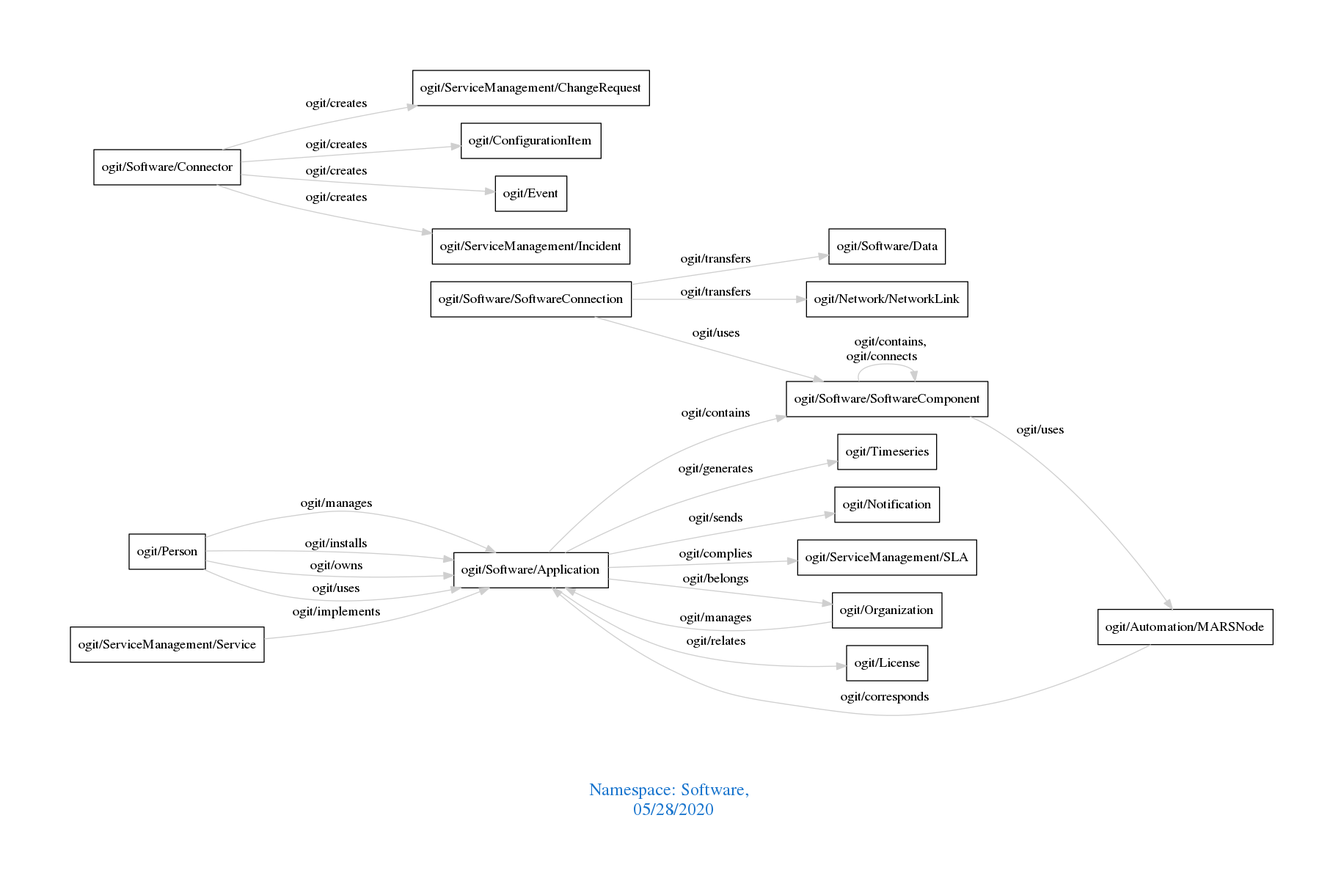
arago/OGIT keeps this Graphviz diagram as downloads/Software.png. Above is the earlier version. Its source is kept beside it as downloads/Software.dot.
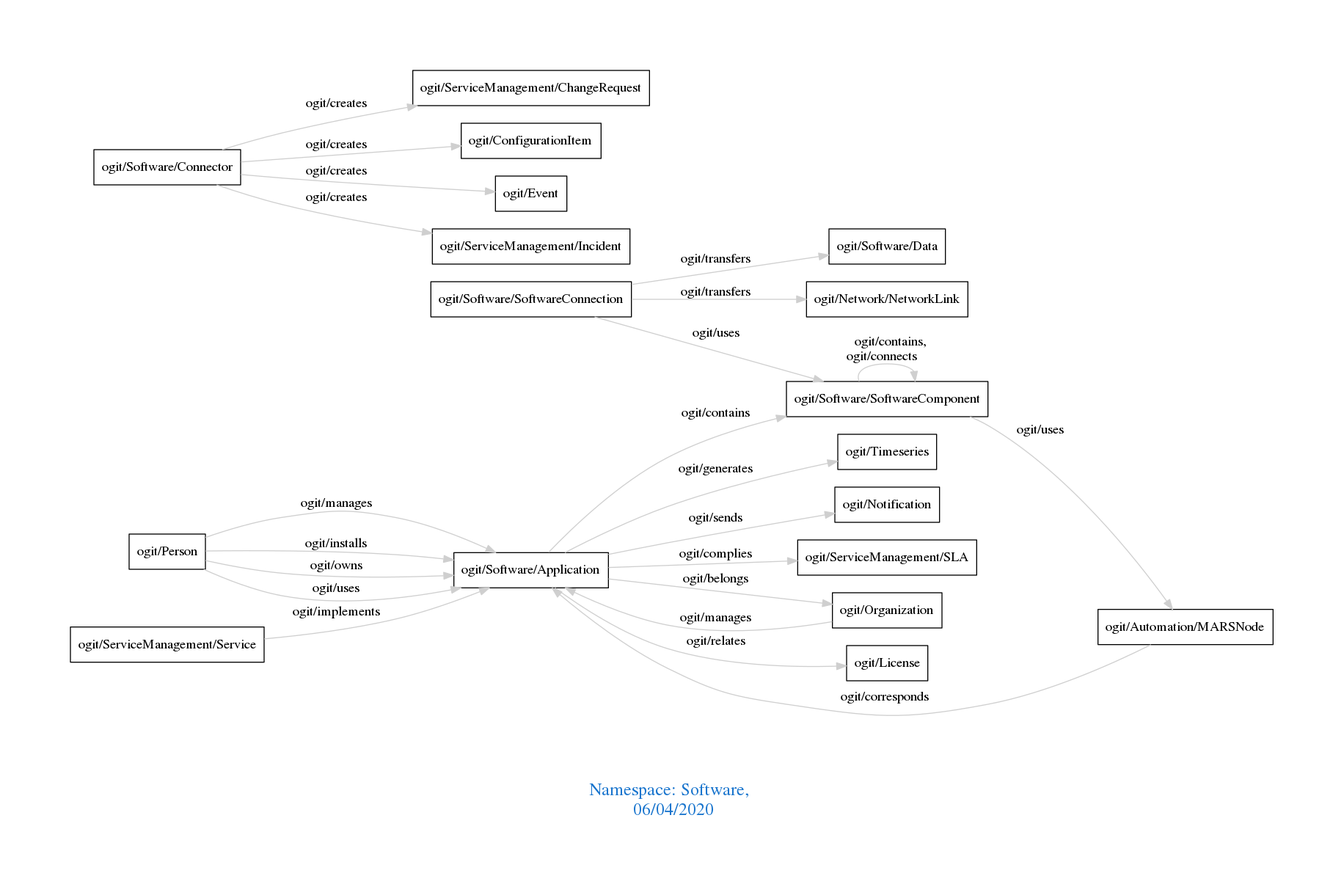
The same file after the commit.

Change to the diagram source:
```diff
@@ -1,7 +1,7 @@
 digraph OGIT_ontology {
  graph [ rankdir= LR,pad=1
 fontsize = 18,
-fontcolor= dodgerblue3,label = "\n\n\nNamespace: Software, \n 05/28/2020"];
+fontcolor= dodgerblue3,label = "\n\n\nNamespace: Software, \n 06/04/2020"];
 node[shape=polygon];
 edge [  color="gray81"];
 
```
